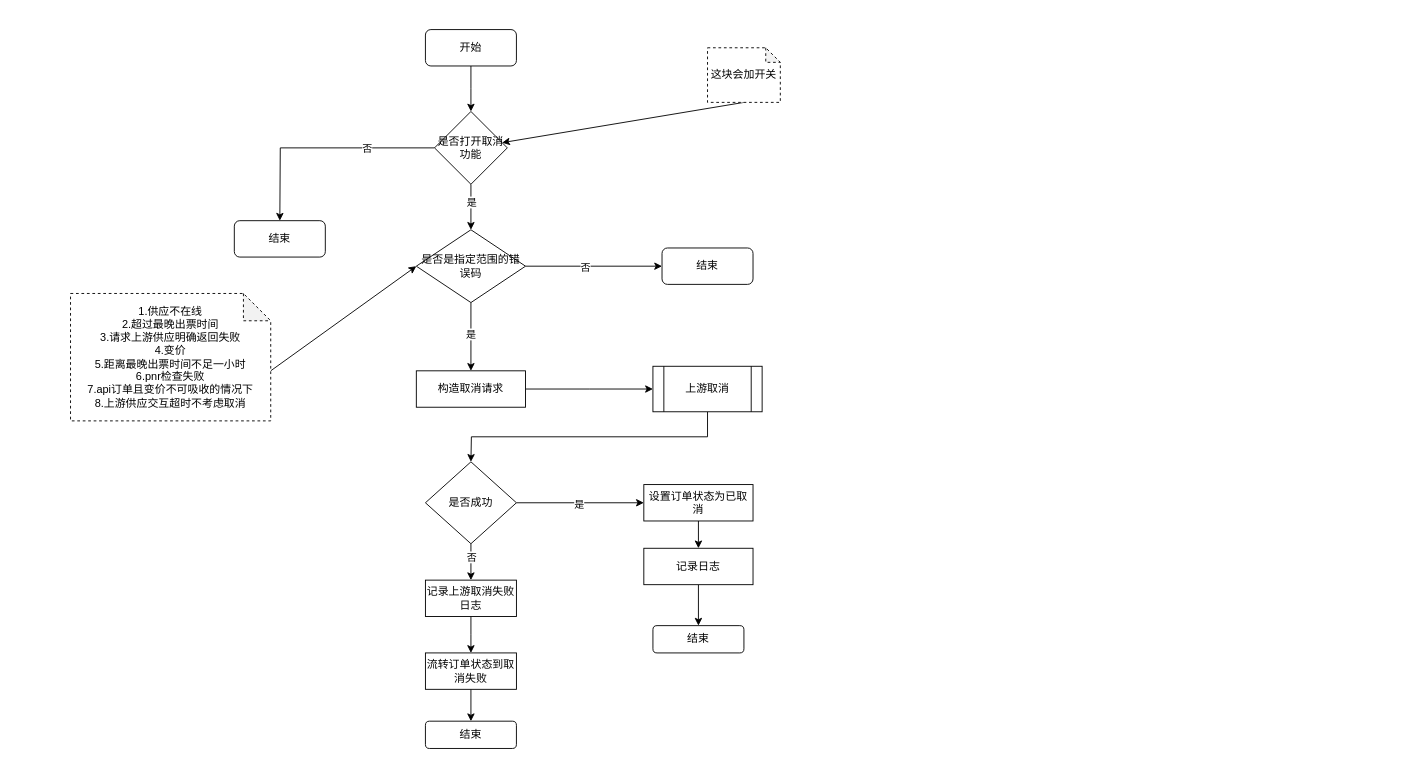
Earlier version of the draw.io diagram page "取消订单处理" (3 of 8) of pkfare/paycheck-refactor/新支付前校验流程.drawio (zhangweixin/design-diagram). Source tidied: cells renumbered, new cells numbered last; positions are measured from the earlier drawing's top-left corner, leaving out a move shared by most shapes. Both pictures are drawn from the tidied source at 91%, with x=0, y=0 at pixel (70, 29).
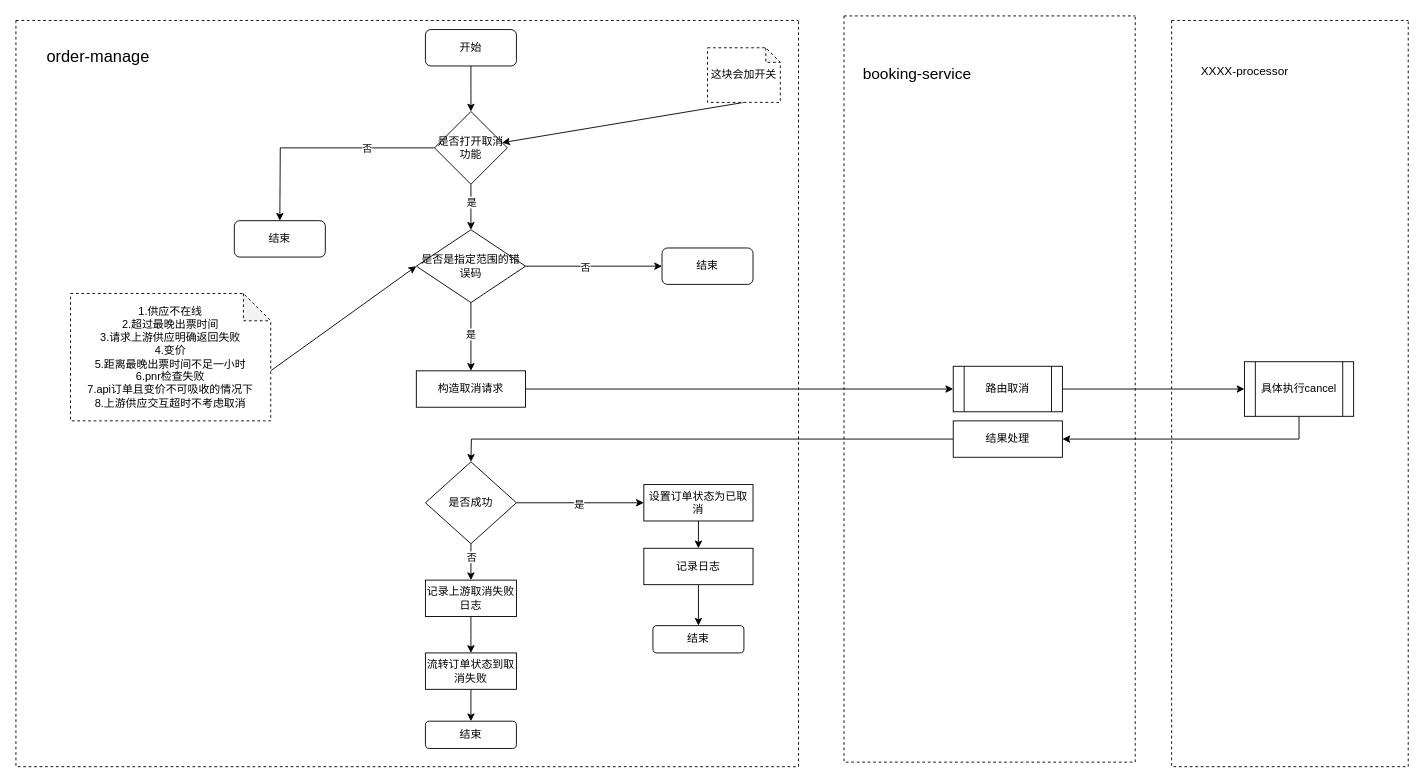
Above is the later version.

Unchanged cells that the change refers to:
```xml
<mxCell id="17" value="构造取消请求" style="rounded=0;whiteSpace=wrap;html=1;" parent="1" vertex="1">
  <mxGeometry x="380" y="375" width="120" height="40" as="geometry" />
</mxCell>
```

The edit, as a diff of the source:
```diff
@@
-    <mxCell id="16" style="edgeStyle=orthogonalEdgeStyle;rounded=0;jettySize=auto;html=1;exitX=1;exitY=0.5;exitDx=0;exitDy=0;" parent="1" edge="1" source="17">
-      <mxGeometry relative="1" as="geometry">
-        <mxPoint x="640" y="395" as="targetPoint" />
-      </mxGeometry>
+    <mxCell id="16" style="edgeStyle=orthogonalEdgeStyle;rounded=0;jettySize=auto;html=1;exitX=1;exitY=0.5;exitDx=0;exitDy=0;" parent="1" edge="1" source="17" target="19">
+      <mxGeometry relative="1" as="geometry" />
     </mxCell>
@@
-    <mxCell id="18" style="edgeStyle=orthogonalEdgeStyle;rounded=0;jettySize=auto;html=1;exitX=0.5;exitY=1;exitDx=0;exitDy=0;" parent="1" edge="1" source="19">
+    <mxCell id="18" style="edgeStyle=orthogonalEdgeStyle;rounded=0;jettySize=auto;html=1;exitX=0;exitY=0.5;exitDx=0;exitDy=0;" parent="1" edge="1" source="43">
       <mxGeometry relative="1" as="geometry">
         <mxPoint x="440" y="475" as="targetPoint" />
       </mxGeometry>
     </mxCell>
+    <mxCell id="39" style="edgeStyle=orthogonalEdgeStyle;rounded=0;jettySize=auto;html=1;exitX=1;exitY=0.5;exitDx=0;exitDy=0;" parent="1" edge="1" source="19" target="45">
+      <mxGeometry relative="1" as="geometry" />
+    </mxCell>
-    <mxCell id="19" value="上游取消" style="shape=process;whiteSpace=wrap;html=1;backgroundOutline=1;" parent="1" vertex="1">
-      <mxGeometry x="640" y="370" width="120" height="50" as="geometry" />
+    <mxCell id="19" value="路由取消" style="shape=process;whiteSpace=wrap;html=1;backgroundOutline=1;" parent="1" vertex="1">
+      <mxGeometry x="970" y="370" width="120" height="50" as="geometry" />
     </mxCell>
@@
+    <mxCell id="40" style="swimlane;startSize=0;dashed=1;" parent="1" vertex="1">
+      <mxGeometry x="-60" y="-10" width="860" height="820" as="geometry" />
+    </mxCell>
+    <mxCell id="41" value="&lt;font style=&quot;font-size: 18px;&quot;&gt;order-manage&lt;/font&gt;" style="text;html=1;align=center;verticalAlign=middle;strokeColor=none;fillColor=none;" parent="1" vertex="1">
+      <mxGeometry x="-40" y="10" width="140" height="40" as="geometry" />
+    </mxCell>
+    <mxCell id="42" style="swimlane;startSize=0;dashed=1;" parent="1" vertex="1">
+      <mxGeometry x="850" y="-15" width="320" height="820" as="geometry" />
+    </mxCell>
+    <mxCell id="43" value="结果处理" style="rounded=0;whiteSpace=wrap;html=1;" parent="42" vertex="1">
+      <mxGeometry x="120" y="445" width="120" height="40" as="geometry" />
+    </mxCell>
+    <mxCell id="44" style="edgeStyle=orthogonalEdgeStyle;rounded=0;jettySize=auto;html=1;exitX=0.5;exitY=1;exitDx=0;exitDy=0;entryX=1;entryY=0.5;entryDx=0;entryDy=0;" parent="1" edge="1" source="45" target="43">
+      <mxGeometry relative="1" as="geometry" />
+    </mxCell>
+    <mxCell id="45" value="具体执行cancel" style="shape=process;whiteSpace=wrap;html=1;backgroundOutline=1;" parent="1" vertex="1">
+      <mxGeometry x="1290" y="365" width="120" height="60" as="geometry" />
+    </mxCell>
+    <mxCell id="46" value="&lt;font style=&quot;font-size: 17px;&quot;&gt;booking-service&lt;/font&gt;" style="text;html=1;align=center;verticalAlign=middle;strokeColor=none;fillColor=none;" parent="1" vertex="1">
+      <mxGeometry x="860" y="35" width="140" height="30" as="geometry" />
+    </mxCell>
+    <mxCell id="47" style="swimlane;startSize=0;dashed=1;" parent="1" vertex="1">
+      <mxGeometry x="1210" y="-10" width="260" height="820" as="geometry" />
+    </mxCell>
+    <mxCell id="48" value="&lt;font style=&quot;font-size: 13px;&quot;&gt;XXXX-processor&lt;/font&gt;" style="text;html=1;align=center;verticalAlign=middle;strokeColor=none;fillColor=none;" parent="47" vertex="1">
+      <mxGeometry x="20" y="40" width="120" height="30" as="geometry" />
+    </mxCell>
```
